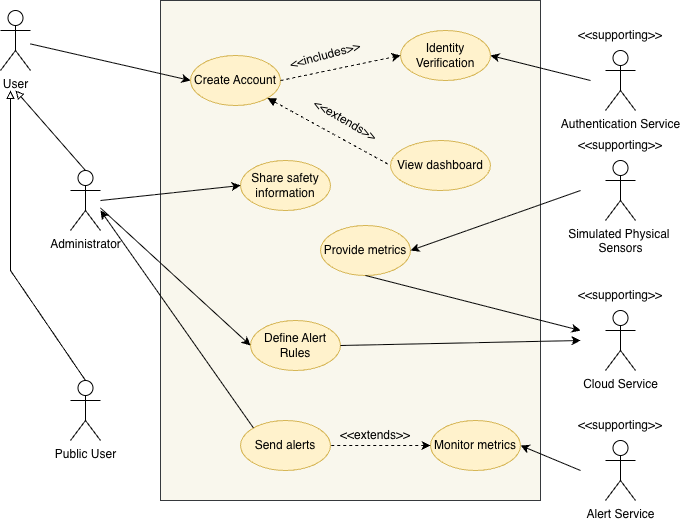
This is deliverable 1/3A_D1_Q3.png from rv810/3A04-T02-Team3, a draw.io export, as it was before one commit. Source tidied: cells renumbered, new cells last; positions are measured from the earlier drawing's top-left corner, leaving out a move shared by most shapes.
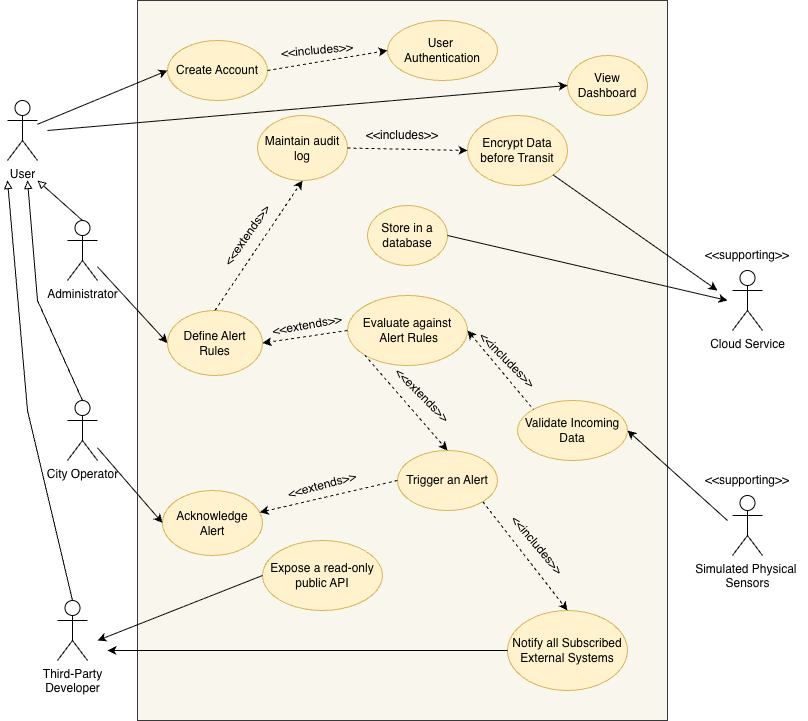
Later version of the same file.

Commit message:
modified use case diagram according to feedback

What changed in the source:
```diff
@@ -3,16 +3,13 @@
     <mxCell id="0" />
     <mxCell id="1" parent="0" />
     <mxCell id="2" style="rounded=0;whiteSpace=wrap;html=1;fillColor=#f9f7ed;strokeColor=#36393d;" parent="1" vertex="1">
-      <mxGeometry x="160" width="380" height="500" as="geometry" />
+      <mxGeometry x="130" width="530" height="720" as="geometry" />
     </mxCell>
     <mxCell id="3" value="User" style="shape=umlActor;verticalLabelPosition=bottom;verticalAlign=top;html=1;outlineConnect=0;" parent="1" vertex="1">
-      <mxGeometry y="10" width="30" height="60" as="geometry" />
+      <mxGeometry y="100" width="30" height="60" as="geometry" />
     </mxCell>
-    <mxCell id="4" value="Public User" style="shape=umlActor;verticalLabelPosition=bottom;verticalAlign=top;html=1;outlineConnect=0;" parent="1" vertex="1">
-      <mxGeometry x="70" y="380" width="30" height="60" as="geometry" />
-    </mxCell>
     <mxCell id="5" style="group;" parent="1" vertex="1">
-      <mxGeometry x="560" y="130" width="120" height="90" as="geometry" />
+      <mxGeometry x="680" y="465" width="120" height="90" as="geometry" />
     </mxCell>
     <mxCell id="6" value="Simulated Physical&amp;nbsp;&lt;div&gt;Sensors&lt;/div&gt;" style="shape=umlActor;verticalLabelPosition=bottom;verticalAlign=top;html=1;" parent="5" vertex="1">
       <mxGeometry x="45" y="30" width="30" height="60" as="geometry" />
@@ -20,130 +17,169 @@
     <mxCell id="7" value="&amp;lt;&amp;lt;supporting&amp;gt;&amp;gt;" style="text;html=1;whiteSpace=wrap;strokeColor=none;fillColor=none;align=center;verticalAlign=middle;rounded=0;" parent="5" vertex="1">
       <mxGeometry width="120" height="30" as="geometry" />
     </mxCell>
-    <mxCell id="8" style="group;" parent="1" vertex="1">
-      <mxGeometry x="560" y="280" width="120" height="90" as="geometry" />
-    </mxCell>
+    <mxCell id="14" style="endArrow=block;html=1;rounded=0;endFill=0;exitX=0.5;exitY=0;exitDx=0;exitDy=0;exitPerimeter=0;" parent="1" edge="1" source="15">
+      <mxGeometry relative="1" as="geometry">
+        <mxPoint x="30" y="180" as="targetPoint" />
+      </mxGeometry>
+    </mxCell>
+    <mxCell id="15" value="Administrator" style="shape=umlActor;verticalLabelPosition=bottom;verticalAlign=top;html=1;outlineConnect=0;" parent="1" vertex="1">
+      <mxGeometry x="60" y="220" width="30" height="60" as="geometry" />
+    </mxCell>
+    <mxCell id="42" value="City Operator" style="shape=umlActor;verticalLabelPosition=bottom;verticalAlign=top;html=1;outlineConnect=0;" parent="1" vertex="1">
+      <mxGeometry x="60" y="400" width="30" height="60" as="geometry" />
+    </mxCell>
+    <mxCell id="43" style="endArrow=block;html=1;rounded=0;endFill=0;exitX=0.5;exitY=0;exitDx=0;exitDy=0;exitPerimeter=0;" parent="1" edge="1" source="42">
+      <mxGeometry relative="1" as="geometry">
+        <mxPoint x="20" y="180" as="targetPoint" />
+        <Array as="points">
+          <mxPoint x="30" y="300" />
+        </Array>
+      </mxGeometry>
+    </mxCell>
+    <mxCell id="24" value="Create Account" style="ellipse;whiteSpace=wrap;html=1;fillColor=#fff2cc;strokeColor=#d6b656;" parent="1" vertex="1">
+      <mxGeometry x="160" y="40" width="100" height="60" as="geometry" />
+    </mxCell>
+    <mxCell id="44" value="Validate Incoming Data" style="ellipse;whiteSpace=wrap;html=1;fillColor=#fff2cc;strokeColor=#d6b656;" parent="1" vertex="1">
+      <mxGeometry x="510" y="400" width="110" height="60" as="geometry" />
+    </mxCell>
+    <mxCell id="45" value="Store in a database" style="ellipse;whiteSpace=wrap;html=1;fillColor=#fff2cc;strokeColor=#d6b656;" parent="1" vertex="1">
+      <mxGeometry x="360" y="205" width="80" height="60" as="geometry" />
+    </mxCell>
+    <mxCell id="18" value="Define Alert Rules" style="ellipse;whiteSpace=wrap;html=1;fillColor=#fff2cc;strokeColor=#d6b656;" parent="1" vertex="1">
+      <mxGeometry x="160" y="310" width="95" height="65" as="geometry" />
+    </mxCell>
+    <mxCell id="46" value="Evaluate against&lt;div&gt;&amp;nbsp;Alert Rules&lt;/div&gt;" style="ellipse;whiteSpace=wrap;html=1;fillColor=#fff2cc;strokeColor=#d6b656;" parent="1" vertex="1">
+      <mxGeometry x="340" y="295" width="120" height="70" as="geometry" />
+    </mxCell>
+    <mxCell id="47" value="Trigger an Alert" style="ellipse;whiteSpace=wrap;html=1;fillColor=#fff2cc;strokeColor=#d6b656;" parent="1" vertex="1">
+      <mxGeometry x="390" y="450" width="100" height="60" as="geometry" />
+    </mxCell>
+    <mxCell id="48" value="Maintain audit log" style="ellipse;whiteSpace=wrap;html=1;fillColor=#fff2cc;strokeColor=#d6b656;" parent="1" vertex="1">
+      <mxGeometry x="250" y="115" width="90" height="65" as="geometry" />
+    </mxCell>
+    <mxCell id="49" value="Notify all Subscribed External Systems" style="ellipse;whiteSpace=wrap;html=1;fillColor=#fff2cc;strokeColor=#d6b656;" parent="1" vertex="1">
+      <mxGeometry x="500" y="610" width="120" height="80" as="geometry" />
+    </mxCell>
+    <mxCell id="50" value="User&amp;nbsp;&lt;div&gt;Authentication&lt;/div&gt;" style="ellipse;whiteSpace=wrap;html=1;fillColor=#fff2cc;strokeColor=#d6b656;" parent="1" vertex="1">
+      <mxGeometry x="380" y="20" width="110" height="60" as="geometry" />
+    </mxCell>
+    <mxCell id="51" value="Encrypt Data before Transit" style="ellipse;whiteSpace=wrap;html=1;fillColor=#fff2cc;strokeColor=#d6b656;" parent="1" vertex="1">
+      <mxGeometry x="460" y="115" width="100" height="70" as="geometry" />
+    </mxCell>
+    <mxCell id="52" value="Expose a read-only public API" style="ellipse;whiteSpace=wrap;html=1;fillColor=#fff2cc;strokeColor=#d6b656;" parent="1" vertex="1">
+      <mxGeometry x="255" y="540" width="120" height="70" as="geometry" />
+    </mxCell>
+    <mxCell id="26" style="endArrow=classic;html=1;rounded=0;entryX=0;entryY=0.5;entryDx=0;entryDy=0;" parent="1" edge="1" source="3" target="24">
+      <mxGeometry relative="1" as="geometry" />
+    </mxCell>
+    <mxCell id="53" style="endArrow=classic;html=1;rounded=0;entryX=0;entryY=0.5;entryDx=0;entryDy=0;exitX=1;exitY=0.5;exitDx=0;exitDy=0;dashed=1;" parent="1" edge="1" source="24" target="50">
+      <mxGeometry relative="1" as="geometry" />
+    </mxCell>
+    <mxCell id="54" value="&amp;lt;&amp;lt;includes&amp;gt;&amp;gt;" style="text;html=1;whiteSpace=wrap;strokeColor=none;fillColor=none;align=center;verticalAlign=middle;rounded=0;rotation=-5;" parent="1" vertex="1">
+      <mxGeometry x="280" y="35" width="60" height="30" as="geometry" />
+    </mxCell>
+    <mxCell id="55" value="Third-Party&lt;div&gt;Developer&lt;/div&gt;" style="shape=umlActor;verticalLabelPosition=bottom;verticalAlign=top;html=1;outlineConnect=0;" parent="1" vertex="1">
+      <mxGeometry x="50" y="600" width="30" height="60" as="geometry" />
+    </mxCell>
+    <mxCell id="56" style="endArrow=block;html=1;rounded=0;exitX=0.5;exitY=0;exitDx=0;exitDy=0;exitPerimeter=0;endFill=0;" parent="1" edge="1" source="55">
+      <mxGeometry relative="1" as="geometry">
+        <mxPoint y="180" as="targetPoint" />
+        <Array as="points">
+          <mxPoint x="20" y="410" />
+        </Array>
+      </mxGeometry>
+    </mxCell>
+    <mxCell id="57" value="View Dashboard" style="ellipse;whiteSpace=wrap;html=1;fillColor=#fff2cc;strokeColor=#d6b656;" parent="1" vertex="1">
+      <mxGeometry x="560" y="55" width="80" height="60" as="geometry" />
+    </mxCell>
+    <mxCell id="58" style="endArrow=none;html=1;rounded=0;exitX=0;exitY=0.5;exitDx=0;exitDy=0;startArrow=classic;startFill=1;endFill=0;" parent="1" edge="1" source="57">
+      <mxGeometry relative="1" as="geometry">
+        <mxPoint x="40" y="130" as="targetPoint" />
+      </mxGeometry>
+    </mxCell>
+    <mxCell id="59" style="endArrow=classic;html=1;rounded=0;entryX=1;entryY=0.5;entryDx=0;entryDy=0;" parent="1" edge="1" target="44">
+      <mxGeometry relative="1" as="geometry">
+        <mxPoint x="720" y="520" as="sourcePoint" />
+      </mxGeometry>
+    </mxCell>
+    <mxCell id="60" style="endArrow=classic;html=1;rounded=0;exitX=1;exitY=0.5;exitDx=0;exitDy=0;entryX=0;entryY=0.5;entryDx=0;entryDy=0;dashed=1;" parent="1" edge="1" source="48" target="51">
+      <mxGeometry relative="1" as="geometry" />
+    </mxCell>
+    <mxCell id="61" style="endArrow=classic;html=1;rounded=0;exitX=0;exitY=1;exitDx=0;exitDy=0;dashed=1;entryX=0.5;entryY=0;entryDx=0;entryDy=0;" parent="1" edge="1" source="46" target="47">
+      <mxGeometry relative="1" as="geometry" />
+    </mxCell>
+    <mxCell id="62" value="&amp;lt;&amp;lt;extends&amp;gt;&amp;gt;" style="text;html=1;whiteSpace=wrap;strokeColor=none;fillColor=none;align=center;verticalAlign=middle;rounded=0;rotation=-10;" parent="1" vertex="1">
+      <mxGeometry x="270" y="310" width="60" height="30" as="geometry" />
+    </mxCell>
+    <mxCell id="63" style="endArrow=classic;html=1;rounded=0;entryX=0;entryY=0.5;entryDx=0;entryDy=0;" parent="1" edge="1" source="15" target="18">
+      <mxGeometry relative="1" as="geometry" />
+    </mxCell>
+    <mxCell id="64" style="endArrow=classic;html=1;rounded=0;exitX=0;exitY=0.5;exitDx=0;exitDy=0;entryX=1;entryY=0.5;entryDx=0;entryDy=0;dashed=1;" parent="1" edge="1" source="46" target="18">
+      <mxGeometry relative="1" as="geometry" />
+    </mxCell>
+    <mxCell id="65" style="endArrow=none;html=1;rounded=0;exitX=1;exitY=0.5;exitDx=0;exitDy=0;startArrow=classic;startFill=1;dashed=1;endFill=0;" parent="1" edge="1" source="46">
+      <mxGeometry relative="1" as="geometry">
+        <mxPoint x="526" y="409" as="targetPoint" />
+      </mxGeometry>
+    </mxCell>
+    <mxCell id="66" value="&amp;lt;&amp;lt;extends&amp;gt;&amp;gt;" style="text;html=1;whiteSpace=wrap;strokeColor=none;fillColor=none;align=center;verticalAlign=middle;rounded=0;rotation=-55;" parent="1" vertex="1">
+      <mxGeometry x="210" y="220" width="60" height="30" as="geometry" />
+    </mxCell>
+    <mxCell id="67" value="&amp;lt;&amp;lt;includes&amp;gt;&amp;gt;" style="text;html=1;whiteSpace=wrap;strokeColor=none;fillColor=none;align=center;verticalAlign=middle;rounded=0;rotation=45;" parent="1" vertex="1">
+      <mxGeometry x="470" y="345" width="60" height="30" as="geometry" />
+    </mxCell>
+    <mxCell id="68" style="endArrow=classic;html=1;rounded=0;exitX=0;exitY=0.5;exitDx=0;exitDy=0;" parent="1" edge="1" source="49">
+      <mxGeometry relative="1" as="geometry">
+        <mxPoint x="100" y="650" as="targetPoint" />
+      </mxGeometry>
+    </mxCell>
+    <mxCell id="69" value="Acknowledge Alert" style="ellipse;whiteSpace=wrap;html=1;fillColor=#fff2cc;strokeColor=#d6b656;" parent="1" vertex="1">
+      <mxGeometry x="155" y="490" width="100" height="65" as="geometry" />
+    </mxCell>
+    <mxCell id="70" style="endArrow=classic;html=1;rounded=0;entryX=0;entryY=0.5;entryDx=0;entryDy=0;" parent="1" edge="1" source="42" target="69">
+      <mxGeometry relative="1" as="geometry" />
+    </mxCell>
+    <mxCell id="71" style="endArrow=none;html=1;rounded=0;entryX=0;entryY=0.5;entryDx=0;entryDy=0;endFill=0;startArrow=classic;startFill=1;dashed=1;" parent="1" edge="1" source="69" target="47">
+      <mxGeometry relative="1" as="geometry" />
+    </mxCell>
+    <mxCell id="72" value="&amp;lt;&amp;lt;extends&amp;gt;&amp;gt;" style="text;html=1;whiteSpace=wrap;strokeColor=none;fillColor=none;align=center;verticalAlign=middle;rounded=0;rotation=-15;" parent="1" vertex="1">
+      <mxGeometry x="285" y="470" width="60" height="30" as="geometry" />
+    </mxCell>
+    <mxCell id="73" style="endArrow=classic;html=1;rounded=0;exitX=1;exitY=1;exitDx=0;exitDy=0;" parent="1" edge="1" source="51">
+      <mxGeometry relative="1" as="geometry">
+        <mxPoint x="710" y="290" as="targetPoint" />
+      </mxGeometry>
+    </mxCell>
-    <mxCell id="9" value="Cloud Service" style="shape=umlActor;verticalLabelPosition=bottom;verticalAlign=top;html=1;" parent="8" vertex="1">
-      <mxGeometry x="45" y="30" width="30" height="60" as="geometry" />
+    <mxCell id="9" value="Cloud Service" style="shape=umlActor;verticalLabelPosition=bottom;verticalAlign=top;html=1;" parent="1" vertex="1">
+      <mxGeometry x="725" y="270" width="30" height="60" as="geometry" />
     </mxCell>
-    <mxCell id="10" value="&amp;lt;&amp;lt;supporting&amp;gt;&amp;gt;" style="text;html=1;whiteSpace=wrap;strokeColor=none;fillColor=none;align=center;verticalAlign=middle;rounded=0;" parent="8" vertex="1">
-      <mxGeometry width="120" height="30" as="geometry" />
+    <mxCell id="10" value="&amp;lt;&amp;lt;supporting&amp;gt;&amp;gt;" style="text;html=1;whiteSpace=wrap;strokeColor=none;fillColor=none;align=center;verticalAlign=middle;rounded=0;" parent="1" vertex="1">
+      <mxGeometry x="680" y="240" width="120" height="30" as="geometry" />
     </mxCell>
-    <mxCell id="11" style="group;" parent="1" vertex="1">
-      <mxGeometry x="560" y="410" width="120" height="90" as="geometry" />
-    </mxCell>
-    <mxCell id="12" value="Alert Service" style="shape=umlActor;verticalLabelPosition=bottom;verticalAlign=top;html=1;" parent="11" vertex="1">
-      <mxGeometry x="45" y="30" width="30" height="60" as="geometry" />
-    </mxCell>
-    <mxCell id="13" value="&amp;lt;&amp;lt;supporting&amp;gt;&amp;gt;" style="text;html=1;whiteSpace=wrap;strokeColor=none;fillColor=none;align=center;verticalAlign=middle;rounded=0;" parent="11" vertex="1">
-      <mxGeometry width="120" height="30" as="geometry" />
-    </mxCell>
-    <mxCell id="14" style="endArrow=block;html=1;rounded=0;endFill=0;exitX=0.5;exitY=0;exitDx=0;exitDy=0;exitPerimeter=0;" parent="1" edge="1" source="15">
-      <mxGeometry relative="1" as="geometry">
-        <mxPoint x="15" y="90" as="targetPoint" />
-      </mxGeometry>
-    </mxCell>
-    <mxCell id="15" value="Administrator" style="shape=umlActor;verticalLabelPosition=bottom;verticalAlign=top;html=1;outlineConnect=0;" parent="1" vertex="1">
-      <mxGeometry x="70" y="170" width="30" height="60" as="geometry" />
-    </mxCell>
-    <mxCell id="16" style="endArrow=block;html=1;rounded=0;endFill=0;exitX=0.5;exitY=0;exitDx=0;exitDy=0;exitPerimeter=0;" parent="1" edge="1" source="4">
-      <mxGeometry relative="1" as="geometry">
-        <mxPoint x="10" y="90" as="targetPoint" />
-        <Array as="points">
-          <mxPoint x="10" y="270" />
-        </Array>
-      </mxGeometry>
-    </mxCell>
-    <mxCell id="17" value="Share safety information" style="ellipse;whiteSpace=wrap;html=1;fillColor=#fff2cc;strokeColor=#d6b656;" parent="1" vertex="1">
-      <mxGeometry x="240" y="160" width="90" height="50" as="geometry" />
-    </mxCell>
-    <mxCell id="18" value="Define Alert Rules" style="ellipse;whiteSpace=wrap;html=1;fillColor=#fff2cc;strokeColor=#d6b656;" parent="1" vertex="1">
-      <mxGeometry x="250" y="320" width="90" height="50" as="geometry" />
-    </mxCell>
-    <mxCell id="19" style="endArrow=classic;html=1;rounded=0;exitX=1;exitY=0.5;exitDx=0;exitDy=0;" parent="1" edge="1" source="18">
-      <mxGeometry relative="1" as="geometry">
-        <mxPoint x="580" y="340" as="targetPoint" />
-      </mxGeometry>
-    </mxCell>
-    <mxCell id="20" value="Monitor metrics" style="ellipse;whiteSpace=wrap;html=1;fillColor=#fff2cc;strokeColor=#d6b656;" parent="1" vertex="1">
-      <mxGeometry x="430" y="420" width="90" height="50" as="geometry" />
-    </mxCell>
-    <mxCell id="21" style="endArrow=classic;html=1;rounded=0;entryX=1;entryY=0.5;entryDx=0;entryDy=0;" parent="1" edge="1" target="20">
-      <mxGeometry relative="1" as="geometry">
-        <mxPoint x="580" y="470" as="sourcePoint" />
-      </mxGeometry>
-    </mxCell>
-    <mxCell id="22" style="endArrow=none;html=1;rounded=0;exitX=0;exitY=0.5;exitDx=0;exitDy=0;entryX=1;entryY=0.5;entryDx=0;entryDy=0;startArrow=classic;startFill=1;endFill=0;dashed=1;" parent="1" edge="1" source="20" target="23">
-      <mxGeometry relative="1" as="geometry" />
-    </mxCell>
-    <mxCell id="23" value="Send alerts" style="ellipse;whiteSpace=wrap;html=1;fillColor=#fff2cc;strokeColor=#d6b656;" parent="1" vertex="1">
-      <mxGeometry x="240" y="420" width="90" height="50" as="geometry" />
-    </mxCell>
-    <mxCell id="24" value="Create Account" style="ellipse;whiteSpace=wrap;html=1;fillColor=#fff2cc;strokeColor=#d6b656;" parent="1" vertex="1">
-      <mxGeometry x="190" y="55" width="90" height="50" as="geometry" />
-    </mxCell>
-    <mxCell id="25" style="endArrow=classic;html=1;rounded=0;entryX=0;entryY=0.5;entryDx=0;entryDy=0;" parent="1" edge="1" target="18">
-      <mxGeometry relative="1" as="geometry">
-        <mxPoint x="100" y="207.5" as="sourcePoint" />
-      </mxGeometry>
-    </mxCell>
-    <mxCell id="26" style="endArrow=classic;html=1;rounded=0;entryX=0;entryY=0.5;entryDx=0;entryDy=0;" parent="1" edge="1" source="3" target="24">
-      <mxGeometry relative="1" as="geometry" />
-    </mxCell>
-    <mxCell id="27" value="Identity Verification" style="ellipse;whiteSpace=wrap;html=1;fillColor=#fff2cc;strokeColor=#d6b656;" parent="1" vertex="1">
-      <mxGeometry x="400" y="30" width="90" height="50" as="geometry" />
-    </mxCell>
-    <mxCell id="28" style="endArrow=classic;html=1;rounded=0;dashed=1;exitX=1;exitY=0.5;exitDx=0;exitDy=0;entryX=0;entryY=0.5;entryDx=0;entryDy=0;" parent="1" edge="1" source="24" target="27">
-      <mxGeometry relative="1" as="geometry" />
-    </mxCell>
-    <mxCell id="29" value="Provide metrics" style="ellipse;whiteSpace=wrap;html=1;fillColor=#fff2cc;strokeColor=#d6b656;" parent="1" vertex="1">
-      <mxGeometry x="320" y="225" width="90" height="50" as="geometry" />
-    </mxCell>
-    <mxCell id="30" style="endArrow=classic;html=1;rounded=0;entryX=1;entryY=0.5;entryDx=0;entryDy=0;" parent="1" edge="1" target="29">
-      <mxGeometry relative="1" as="geometry">
-        <mxPoint x="580" y="190" as="sourcePoint" />
-      </mxGeometry>
-    </mxCell>
-    <mxCell id="31" style="endArrow=classic;html=1;rounded=0;exitX=0.5;exitY=1;exitDx=0;exitDy=0;" parent="1" edge="1" source="29">
-      <mxGeometry relative="1" as="geometry">
-        <mxPoint x="580" y="330" as="targetPoint" />
-      </mxGeometry>
-    </mxCell>
-    <mxCell id="32" style="endArrow=classic;html=1;rounded=0;entryX=1;entryY=0.5;entryDx=0;entryDy=0;" parent="1" edge="1" target="27">
-      <mxGeometry relative="1" as="geometry">
-        <mxPoint x="590" y="80" as="sourcePoint" />
-      </mxGeometry>
-    </mxCell>
-    <mxCell id="33" value="&amp;lt;&amp;lt;includes&amp;gt;&amp;gt;" style="text;html=1;whiteSpace=wrap;strokeColor=none;fillColor=none;align=center;verticalAlign=middle;rounded=0;rotation=-15;" parent="1" vertex="1">
-      <mxGeometry x="280" y="40" width="90" height="30" as="geometry" />
-    </mxCell>
-    <mxCell id="34" value="Authentication Service" style="shape=umlActor;verticalLabelPosition=bottom;verticalAlign=top;html=1;" parent="1" vertex="1">
-      <mxGeometry x="605" y="50" width="30" height="60" as="geometry" />
-    </mxCell>
-    <mxCell id="35" value="&amp;lt;&amp;lt;supporting&amp;gt;&amp;gt;" style="text;html=1;whiteSpace=wrap;strokeColor=none;fillColor=none;align=center;verticalAlign=middle;rounded=0;" parent="1" vertex="1">
-      <mxGeometry x="560" y="20" width="120" height="30" as="geometry" />
-    </mxCell>
-    <mxCell id="36" style="endArrow=none;html=1;rounded=0;exitX=1;exitY=1;exitDx=0;exitDy=0;startArrow=block;startFill=1;dashed=1;endFill=0;entryX=0;entryY=0.5;entryDx=0;entryDy=0;" parent="1" edge="1" source="24" target="37">
-      <mxGeometry relative="1" as="geometry" />
-    </mxCell>
-    <mxCell id="37" value="View dashboard" style="ellipse;whiteSpace=wrap;html=1;fillColor=#fff2cc;strokeColor=#d6b656;" parent="1" vertex="1">
-      <mxGeometry x="390" y="140" width="100" height="50" as="geometry" />
-    </mxCell>
-    <mxCell id="38" value="&amp;lt;&amp;lt;extends&amp;gt;&amp;gt;" style="text;html=1;whiteSpace=wrap;strokeColor=none;fillColor=none;align=center;verticalAlign=middle;rounded=0;rotation=30;" parent="1" vertex="1">
-      <mxGeometry x="300" y="105" width="90" height="30" as="geometry" />
-    </mxCell>
-    <mxCell id="39" value="&amp;lt;&amp;lt;extends&amp;gt;&amp;gt;" style="text;html=1;whiteSpace=wrap;strokeColor=none;fillColor=none;align=center;verticalAlign=middle;rounded=0;rotation=0;" parent="1" vertex="1">
-      <mxGeometry x="330" y="420" width="90" height="30" as="geometry" />
-    </mxCell>
-    <mxCell id="40" style="endArrow=classic;html=1;rounded=0;exitX=0;exitY=0;exitDx=0;exitDy=0;" parent="1" edge="1" source="23">
-      <mxGeometry relative="1" as="geometry">
-        <mxPoint x="100" y="210" as="targetPoint" />
-      </mxGeometry>
-    </mxCell>
-    <mxCell id="41" style="endArrow=classic;html=1;rounded=0;entryX=0;entryY=0.5;entryDx=0;entryDy=0;" parent="1" edge="1" target="17">
-      <mxGeometry relative="1" as="geometry">
-        <mxPoint x="100" y="200" as="sourcePoint" />
-      </mxGeometry>
-    </mxCell>
+    <mxCell id="74" style="endArrow=classic;html=1;rounded=0;exitX=1;exitY=0.5;exitDx=0;exitDy=0;" parent="1" edge="1" source="45">
+      <mxGeometry relative="1" as="geometry">
+        <mxPoint x="720" y="300" as="targetPoint" />
+      </mxGeometry>
+    </mxCell>
+    <mxCell id="75" style="endArrow=classic;html=1;rounded=0;exitX=0.5;exitY=0;exitDx=0;exitDy=0;entryX=0.5;entryY=1;entryDx=0;entryDy=0;dashed=1;" parent="1" edge="1" source="18" target="48">
+      <mxGeometry relative="1" as="geometry" />
+    </mxCell>
+    <mxCell id="76" style="endArrow=classic;html=1;rounded=0;exitX=0;exitY=0.5;exitDx=0;exitDy=0;" parent="1" edge="1" source="52">
+      <mxGeometry relative="1" as="geometry">
+        <mxPoint x="90" y="640" as="targetPoint" />
+      </mxGeometry>
+    </mxCell>
+    <mxCell id="77" value="&amp;lt;&amp;lt;extends&amp;gt;&amp;gt;" style="text;html=1;whiteSpace=wrap;strokeColor=none;fillColor=none;align=center;verticalAlign=middle;rounded=0;rotation=45;" parent="1" vertex="1">
+      <mxGeometry x="385" y="380" width="60" height="30" as="geometry" />
+    </mxCell>
+    <mxCell id="78" style="endArrow=classic;html=1;rounded=0;exitX=1;exitY=1;exitDx=0;exitDy=0;entryX=0.5;entryY=0;entryDx=0;entryDy=0;dashed=1;" parent="1" edge="1" source="47" target="49">
+      <mxGeometry relative="1" as="geometry" />
+    </mxCell>
+    <mxCell id="79" value="&amp;lt;&amp;lt;includes&amp;gt;&amp;gt;" style="text;html=1;whiteSpace=wrap;strokeColor=none;fillColor=none;align=center;verticalAlign=middle;rounded=0;rotation=50;" parent="1" vertex="1">
+      <mxGeometry x="500" y="530" width="60" height="30" as="geometry" />
+    </mxCell>
+    <mxCell id="80" value="&amp;lt;&amp;lt;includes&amp;gt;&amp;gt;" style="text;html=1;whiteSpace=wrap;strokeColor=none;fillColor=none;align=center;verticalAlign=middle;rounded=0;rotation=0;" parent="1" vertex="1">
+      <mxGeometry x="365" y="120" width="60" height="30" as="geometry" />
+    </mxCell>
   </root>
 </mxGraphModel>
```
